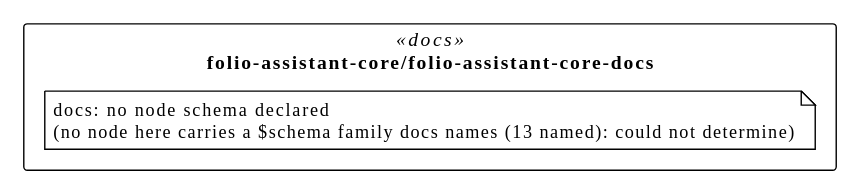
The PlantUML diagram assets/img/uml/overview/folio-assistant-core/folio-assistant-core-docs.svg in litlfred/smart-trust, before a commit. Source of this version:
```plantuml
@startuml
!pragma layout elk
!theme plain
skinparam classAttributeIconSize 0
skinparam shadowing false
skinparam packageStyle rectangle
hide empty methods

package "folio-assistant-core/folio-assistant-core-docs" as pkg_folio_assistant_core_folio_assistant_core_docs <<docs>> {
  note "docs: no node schema declared\n(no node here carries a $schema family docs names (13 named): could not determine)" as n_folio_assistant_core_folio_assistant_core_docs_docs
}
@enduml
```
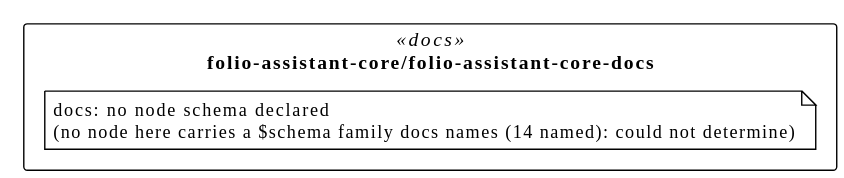
The same file after the commit.

Diff of the diagram source:
```diff
@@ -7,6 +7,6 @@
 hide empty methods
 
 package "folio-assistant-core/folio-assistant-core-docs" as pkg_folio_assistant_core_folio_assistant_core_docs <<docs>> {
-  note "docs: no node schema declared\n(no node here carries a $schema family docs names (13 named): could not determine)" as n_folio_assistant_core_folio_assistant_core_docs_docs
+  note "docs: no node schema declared\n(no node here carries a $schema family docs names (14 named): could not determine)" as n_folio_assistant_core_folio_assistant_core_docs_docs
 }
 @enduml
```
